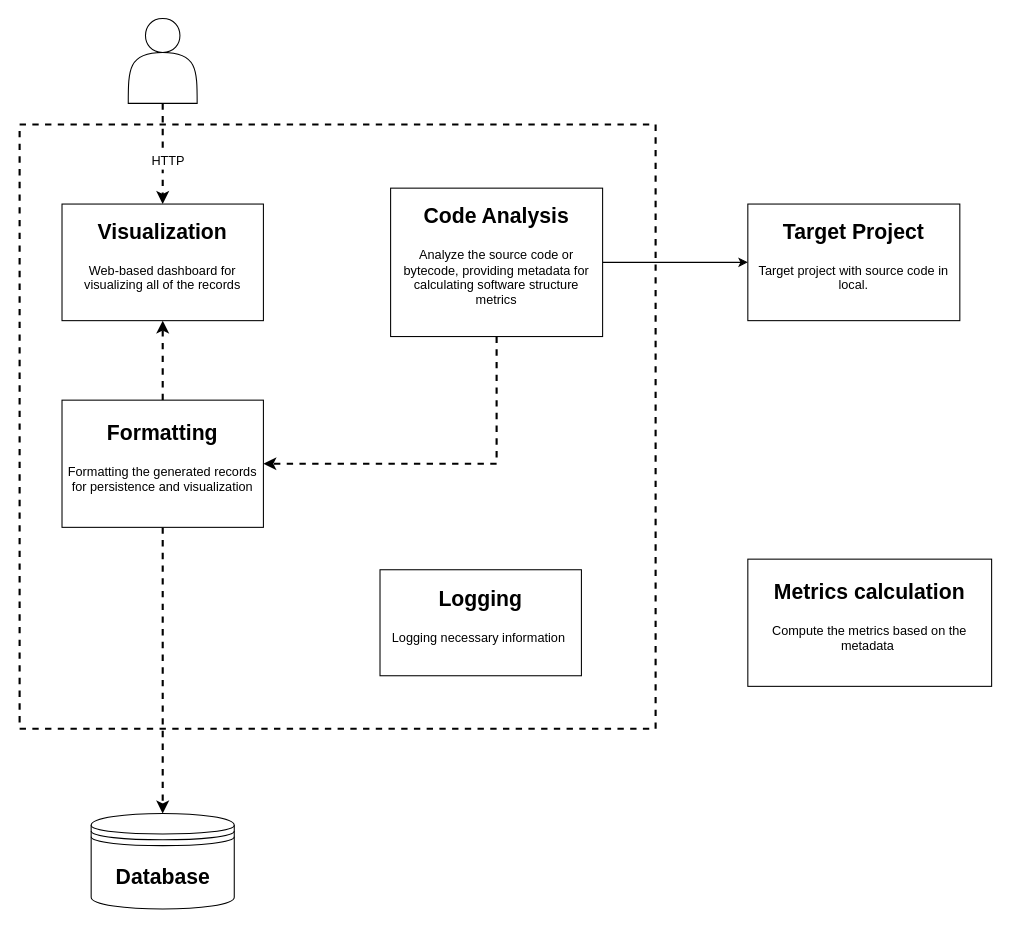
Above: design/C4-Container.drawio in liaoooyx/t4m (draw.io), before the change. Source tidied: cells renumbered, new cells numbered last; positions are measured from the earlier drawing's top-left corner, leaving out a move shared by most shapes. Both pictures are drawn from the tidied source at 106%, with x=0, y=0 at pixel (19, 18).
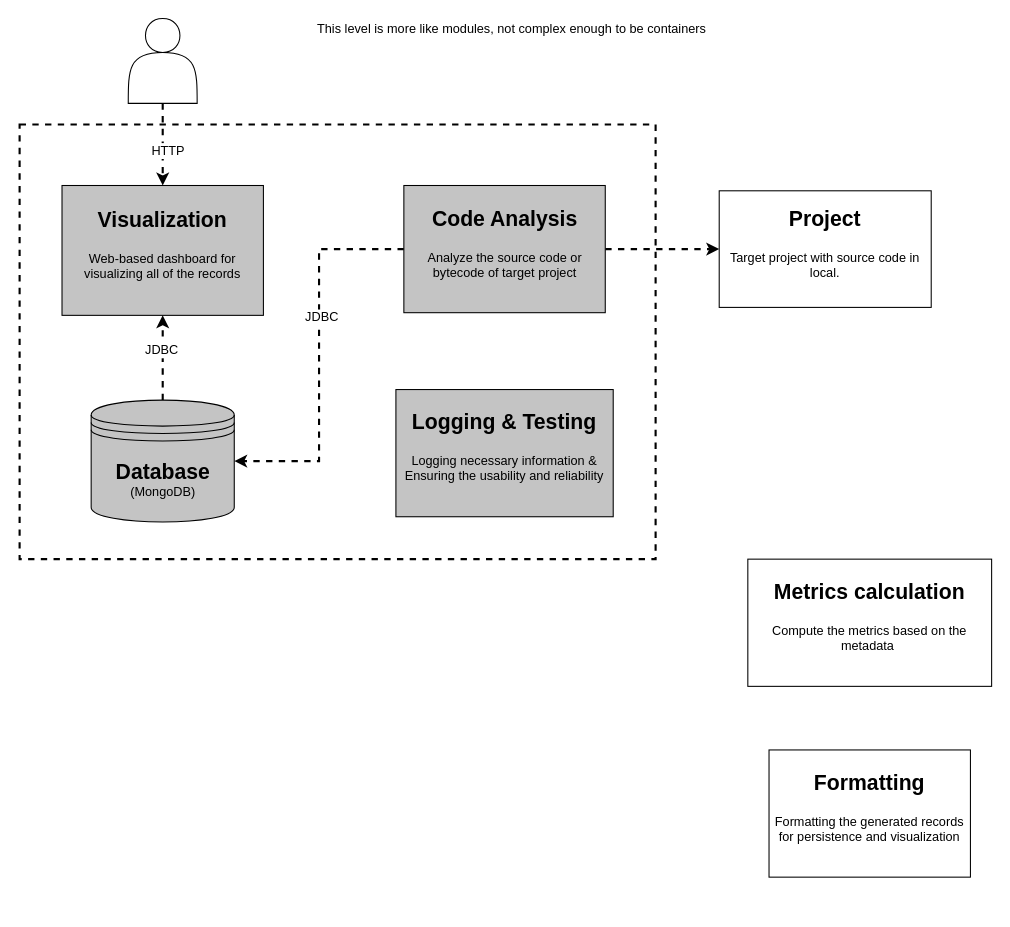
After the change.

Diff of the diagram source:
```diff
@@
     <mxCell id="2" style="rounded=0;whiteSpace=wrap;html=1;fillColor=none;strokeColor=#000000;strokeWidth=2;shadow=0;fontSize=12;fontColor=#000000;align=center;dashed=1;" parent="1" vertex="1">
-      <mxGeometry y="100" width="600" height="570" as="geometry" />
+      <mxGeometry y="100" width="600" height="410" as="geometry" />
     </mxCell>
@@
-    <mxCell id="6" style="edgeStyle=orthogonalEdgeStyle;rounded=0;jettySize=auto;html=1;exitX=1;exitY=0.5;exitDx=0;exitDy=0;entryX=0;entryY=0.5;entryDx=0;entryDy=0;fontSize=12;fontColor=#000000;strokeWidth=1;" parent="1" edge="1" source="7" target="15">
+    <mxCell id="6" style="edgeStyle=orthogonalEdgeStyle;rounded=0;jettySize=auto;html=1;exitX=1;exitY=0.5;exitDx=0;exitDy=0;entryX=0;entryY=0.5;entryDx=0;entryDy=0;fontSize=12;fontColor=#000000;strokeWidth=2;dashed=1;" parent="1" edge="1" source="7" target="15">
       <mxGeometry relative="1" as="geometry" />
     </mxCell>
+    <mxCell id="17" style="edgeStyle=orthogonalEdgeStyle;rounded=0;jettySize=auto;html=1;exitX=0;exitY=0.5;exitDx=0;exitDy=0;entryX=1;entryY=0.5;entryDx=0;entryDy=0;shadow=0;dashed=1;strokeWidth=2;fontSize=12;fontColor=#000000;" parent="1" edge="1" source="7" target="16">
+      <mxGeometry relative="1" as="geometry" />
+    </mxCell>
+    <mxCell id="18" value="JDBC" style="edgeLabel;html=1;align=center;verticalAlign=middle;fontSize=12;fontColor=#000000;" parent="17" vertex="1">
+      <mxGeometry x="-0.2" y="2" relative="1" as="geometry" />
+    </mxCell>
-    <mxCell id="7" value="&lt;h1 style=&quot;&quot;&gt;&lt;font style=&quot;font-size: 20px&quot;&gt;Code Analysis&lt;/font&gt;&lt;/h1&gt;&lt;p&gt;Analyze the source code or bytecode, providing metadata for calculating software structure metrics&lt;/p&gt;" style="text;html=1;strokeColor=#000000;fillColor=#ffffff;spacing=5;spacingTop=-20;whiteSpace=wrap;overflow=hidden;rounded=0;verticalAlign=middle;horizontal=1;align=center;labelPosition=center;verticalLabelPosition=middle;shadow=0;" parent="1" vertex="1">
-      <mxGeometry x="350" y="160" width="200" height="140" as="geometry" />
+    <mxCell id="7" value="&lt;h1&gt;&lt;font style=&quot;font-size: 20px&quot;&gt;Code Analysis&lt;/font&gt;&lt;/h1&gt;&lt;p&gt;Analyze the source code or bytecode of target project&lt;/p&gt;" style="text;html=1;strokeColor=#000000;fillColor=#C4C4C4;spacing=5;spacingTop=-20;whiteSpace=wrap;overflow=hidden;rounded=0;verticalAlign=middle;horizontal=1;align=center;labelPosition=center;verticalLabelPosition=middle;shadow=0;" parent="1" vertex="1">
+      <mxGeometry x="362.5" y="157.5" width="190" height="120" as="geometry" />
     </mxCell>
-    <mxCell id="8" style="edgeStyle=orthogonalEdgeStyle;rounded=0;jettySize=auto;html=1;exitX=0.5;exitY=1;exitDx=0;exitDy=0;entryX=1;entryY=0.5;entryDx=0;entryDy=0;fontSize=12;fontColor=#000000;shadow=0;dashed=1;strokeWidth=2;" parent="1" edge="1" source="7" target="12">
-      <mxGeometry relative="1" as="geometry" />
-    </mxCell>
@@
-    <mxCell id="10" style="edgeStyle=orthogonalEdgeStyle;rounded=0;jettySize=auto;html=1;exitX=0.5;exitY=1;exitDx=0;exitDy=0;entryX=0.5;entryY=0;entryDx=0;entryDy=0;fontSize=12;fontColor=#000000;shadow=0;dashed=1;strokeWidth=2;" parent="1" edge="1" source="12" target="16">
-      <mxGeometry relative="1" as="geometry" />
-    </mxCell>
-    <mxCell id="11" style="edgeStyle=none;rounded=0;jettySize=auto;html=1;exitX=0.5;exitY=0;exitDx=0;exitDy=0;entryX=0.5;entryY=1;entryDx=0;entryDy=0;shadow=0;fontSize=12;fontColor=#000000;dashed=1;strokeWidth=2;" parent="1" edge="1" source="12" target="13">
-      <mxGeometry relative="1" as="geometry" />
-    </mxCell>
-    <mxCell id="12" value="&lt;h1&gt;&lt;font style=&quot;font-size: 20px&quot;&gt;Formatting&lt;/font&gt;&lt;/h1&gt;&lt;p&gt;Formatting the generated records for persistence and visualization&lt;/p&gt;" style="text;html=1;strokeColor=#000000;fillColor=#ffffff;spacing=5;spacingTop=-20;whiteSpace=wrap;overflow=hidden;rounded=0;verticalAlign=middle;horizontal=1;align=center;labelPosition=center;verticalLabelPosition=middle;shadow=0;" parent="1" vertex="1">
-      <mxGeometry x="40" y="360" width="190" height="120" as="geometry" />
-    </mxCell>
-    <mxCell id="13" value="&lt;h1 style=&quot;&quot;&gt;&lt;font style=&quot;font-size: 20px&quot;&gt;Visualization&lt;/font&gt;&lt;/h1&gt;&lt;p&gt;Web-based dashboard for visualizing all of the records&lt;/p&gt;" style="text;html=1;strokeColor=#000000;fillColor=#ffffff;spacing=5;spacingTop=-20;whiteSpace=wrap;overflow=hidden;rounded=0;verticalAlign=middle;horizontal=1;align=center;labelPosition=center;verticalLabelPosition=middle;shadow=0;" parent="1" vertex="1">
-      <mxGeometry x="40" y="175" width="190" height="110" as="geometry" />
+    <mxCell id="13" value="&lt;h1&gt;&lt;font style=&quot;font-size: 20px&quot;&gt;Visualization&lt;br&gt;&lt;/font&gt;&lt;/h1&gt;&lt;p&gt;Web-based dashboard for visualizing all of the records&lt;/p&gt;" style="text;html=1;strokeColor=#000000;fillColor=#C4C4C4;spacing=5;spacingTop=-20;whiteSpace=wrap;overflow=hidden;rounded=0;verticalAlign=middle;horizontal=1;align=center;labelPosition=center;verticalLabelPosition=middle;shadow=0;" parent="1" vertex="1">
+      <mxGeometry x="40" y="157.5" width="190" height="122.5" as="geometry" />
     </mxCell>
-    <mxCell id="14" value="&lt;h1&gt;&lt;font style=&quot;font-size: 20px&quot;&gt;Logging&lt;/font&gt;&lt;/h1&gt;&lt;p&gt;Logging necessary information&amp;nbsp;&lt;/p&gt;" style="text;html=1;strokeColor=#000000;fillColor=#ffffff;spacing=5;spacingTop=-20;whiteSpace=wrap;overflow=hidden;rounded=0;verticalAlign=middle;horizontal=1;align=center;labelPosition=center;verticalLabelPosition=middle;shadow=0;" parent="1" vertex="1">
-      <mxGeometry x="340" y="520" width="190" height="100" as="geometry" />
+    <mxCell id="14" value="&lt;h1&gt;&lt;font style=&quot;font-size: 20px&quot;&gt;Logging &amp;amp; Testing&lt;/font&gt;&lt;/h1&gt;&lt;p&gt;Logging necessary information &amp;amp; Ensuring the usability and reliability&lt;/p&gt;" style="text;html=1;strokeColor=#000000;fillColor=#C4C4C4;spacing=5;spacingTop=-20;whiteSpace=wrap;overflow=hidden;rounded=0;verticalAlign=middle;horizontal=1;align=center;labelPosition=center;verticalLabelPosition=middle;shadow=0;" parent="1" vertex="1">
+      <mxGeometry x="355" y="350" width="205" height="120" as="geometry" />
     </mxCell>
-    <mxCell id="15" value="&lt;h1&gt;&lt;font style=&quot;font-size: 20px&quot;&gt;Target Project&lt;/font&gt;&lt;/h1&gt;&lt;p&gt;Target project with source code in local.&lt;/p&gt;" style="text;html=1;strokeColor=#000000;fillColor=#ffffff;spacing=5;spacingTop=-20;whiteSpace=wrap;overflow=hidden;rounded=0;verticalAlign=middle;horizontal=1;align=center;labelPosition=center;verticalLabelPosition=middle;" parent="1" vertex="1">
-      <mxGeometry x="687" y="175" width="200" height="110" as="geometry" />
+    <mxCell id="15" value="&lt;h1&gt;&lt;font style=&quot;font-size: 20px&quot;&gt;Project&lt;/font&gt;&lt;/h1&gt;&lt;p&gt;Target project with source code in local.&lt;/p&gt;" style="text;html=1;strokeColor=#000000;fillColor=#ffffff;spacing=5;spacingTop=-20;whiteSpace=wrap;overflow=hidden;rounded=0;verticalAlign=middle;horizontal=1;align=center;labelPosition=center;verticalLabelPosition=middle;" parent="1" vertex="1">
+      <mxGeometry x="660" y="162.5" width="200" height="110" as="geometry" />
     </mxCell>
+    <mxCell id="19" style="edgeStyle=orthogonalEdgeStyle;rounded=0;jettySize=auto;html=1;exitX=0.5;exitY=0;exitDx=0;exitDy=0;entryX=0.5;entryY=1;entryDx=0;entryDy=0;shadow=0;dashed=1;strokeWidth=2;fontSize=12;fontColor=#000000;" parent="1" edge="1" source="16" target="13">
+      <mxGeometry relative="1" as="geometry" />
+    </mxCell>
+    <mxCell id="20" value="JDBC" style="edgeLabel;html=1;align=center;verticalAlign=middle;fontSize=12;fontColor=#000000;" parent="19" vertex="1">
+      <mxGeometry x="0.23" y="2" relative="1" as="geometry">
+        <mxPoint y="1" as="offset" />
+      </mxGeometry>
+    </mxCell>
-    <mxCell id="16" value="&lt;font style=&quot;font-size: 20px&quot;&gt;&lt;b&gt;Database&lt;/b&gt;&lt;/font&gt;" style="shape=datastore;whiteSpace=wrap;html=1;strokeColor=#000000;fillColor=#ffffff;fontSize=12;align=center;shadow=0;" parent="1" vertex="1">
-      <mxGeometry x="67.5" y="750" width="135" height="90" as="geometry" />
+    <mxCell id="16" value="&lt;font&gt;&lt;b style=&quot;font-size: 20px&quot;&gt;Database&lt;/b&gt;&lt;br&gt;&lt;font style=&quot;font-size: 12px&quot;&gt;(MongoDB)&lt;/font&gt;&lt;br&gt;&lt;/font&gt;" style="shape=datastore;whiteSpace=wrap;html=1;strokeColor=#000000;fillColor=#C4C4C4;fontSize=12;align=center;shadow=0;" parent="1" vertex="1">
+      <mxGeometry x="67.5" y="360" width="135" height="115" as="geometry" />
     </mxCell>
+    <mxCell id="12" value="&lt;h1&gt;&lt;font style=&quot;font-size: 20px&quot;&gt;Formatting&lt;/font&gt;&lt;/h1&gt;&lt;p&gt;Formatting the generated records for persistence and visualization&lt;/p&gt;" style="text;html=1;strokeColor=#000000;fillColor=#ffffff;spacing=5;spacingTop=-20;whiteSpace=wrap;overflow=hidden;rounded=0;verticalAlign=middle;horizontal=1;align=center;labelPosition=center;verticalLabelPosition=middle;shadow=0;" parent="1" vertex="1">
+      <mxGeometry x="707" y="690" width="190" height="120" as="geometry" />
+    </mxCell>
+    <mxCell id="21" style="edgeStyle=none;rounded=0;orthogonalLoop=1;jettySize=auto;html=1;exitX=0.5;exitY=1;exitDx=0;exitDy=0;shadow=0;dashed=1;dashPattern=1 1;strokeWidth=1;fontSize=12;fontColor=#000000;" parent="1" edge="1" source="2" target="2">
+      <mxGeometry relative="1" as="geometry" />
+    </mxCell>
+    <mxCell id="22" style="edgeStyle=none;rounded=0;orthogonalLoop=1;jettySize=auto;html=1;exitX=0.5;exitY=1;exitDx=0;exitDy=0;shadow=0;dashed=1;dashPattern=1 1;strokeWidth=1;fontSize=12;fontColor=#000000;" parent="1" edge="1" source="2" target="2">
+      <mxGeometry relative="1" as="geometry" />
+    </mxCell>
+    <mxCell id="23" value="This level is more like modules, not complex enough to be containers" style="text;html=1;align=center;verticalAlign=middle;fontSize=12;fontColor=#000000;" parent="1" vertex="1">
+      <mxGeometry x="274" width="380" height="20" as="geometry" />
+    </mxCell>
```
